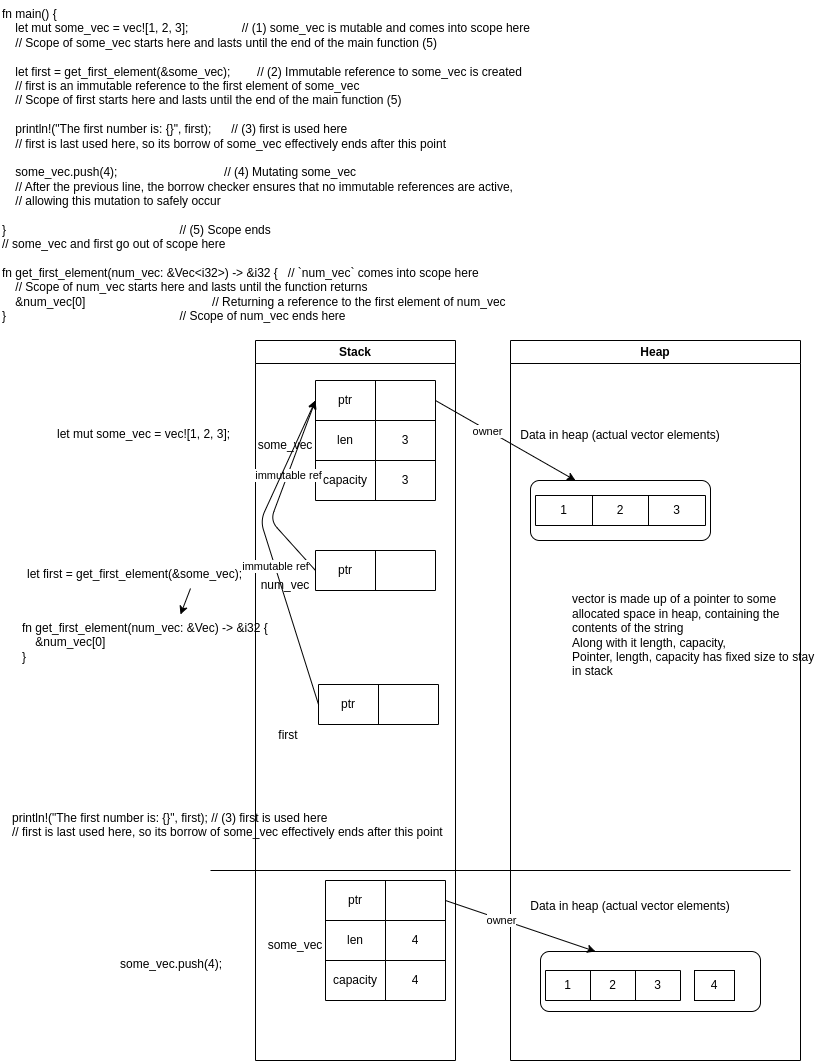
Before: section4-ownership/problem1-stack_heap.drawio.png, a diagram exported from draw.io (prabh8331/Rust-lang). Source tidied: cells renumbered, new cells last; positions are measured from the earlier drawing's top-left corner, leaving out a move shared by most shapes.
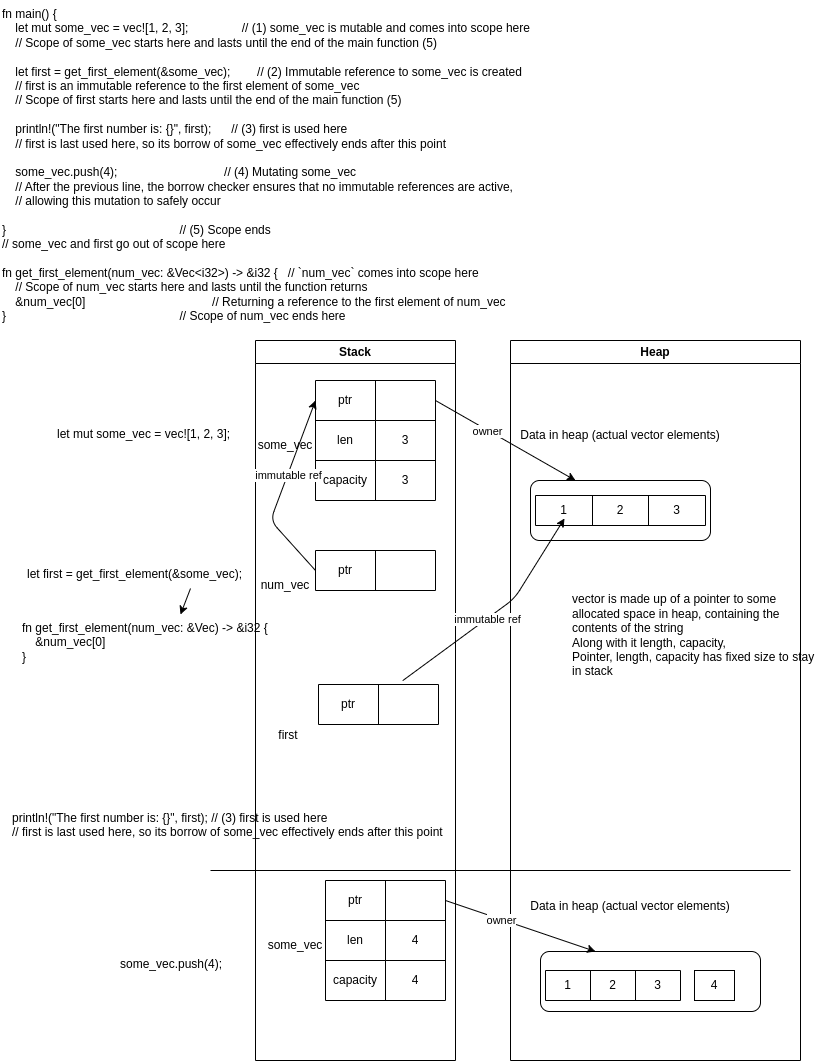
Above is the later version.

Commit message:
stack heap

The edit, as a diff of the source:
```diff
@@ -183,10 +183,11 @@
     <mxCell id="60" style="shape=partialRectangle;html=1;whiteSpace=wrap;fillColor=none;top=0;left=0;bottom=0;right=0;overflow=hidden;" parent="58" vertex="1">
       <mxGeometry x="60" width="60" height="40" as="geometry" />
     </mxCell>
-    <mxCell id="61" style="endArrow=classic;html=1;exitX=0;exitY=0.5;exitDx=0;exitDy=0;entryX=0;entryY=0.5;entryDx=0;entryDy=0;" parent="1" edge="1" source="58" target="36">
+    <mxCell id="61" style="endArrow=classic;html=1;exitX=0.702;exitY=-0.097;exitDx=0;exitDy=0;exitPerimeter=0;" parent="1" edge="1" source="58">
       <mxGeometry relative="1" as="geometry">
+        <mxPoint x="564" y="518" as="targetPoint" />
         <Array as="points">
-          <mxPoint x="260" y="520" />
+          <mxPoint x="514" y="598" />
         </Array>
       </mxGeometry>
     </mxCell>
```
